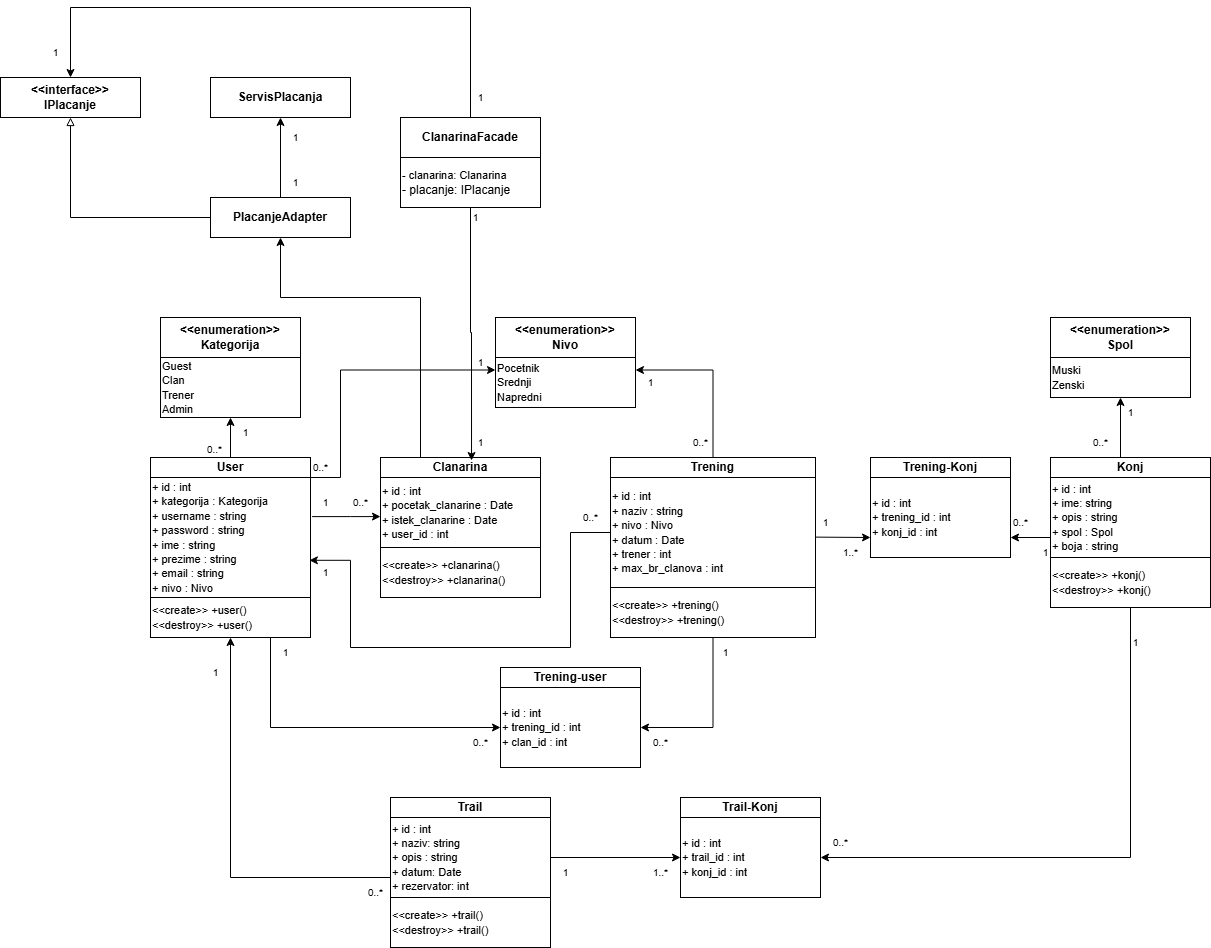
This is Dokumentacija/Dijagram klasa + Strukturalni paterni.png from ooad-2024-2025/Grupa4-Tim1, a draw.io export, as it was before one commit. Source tidied: cells renumbered, new cells last; positions are measured from the earlier drawing's top-left corner, leaving out a move shared by most shapes.
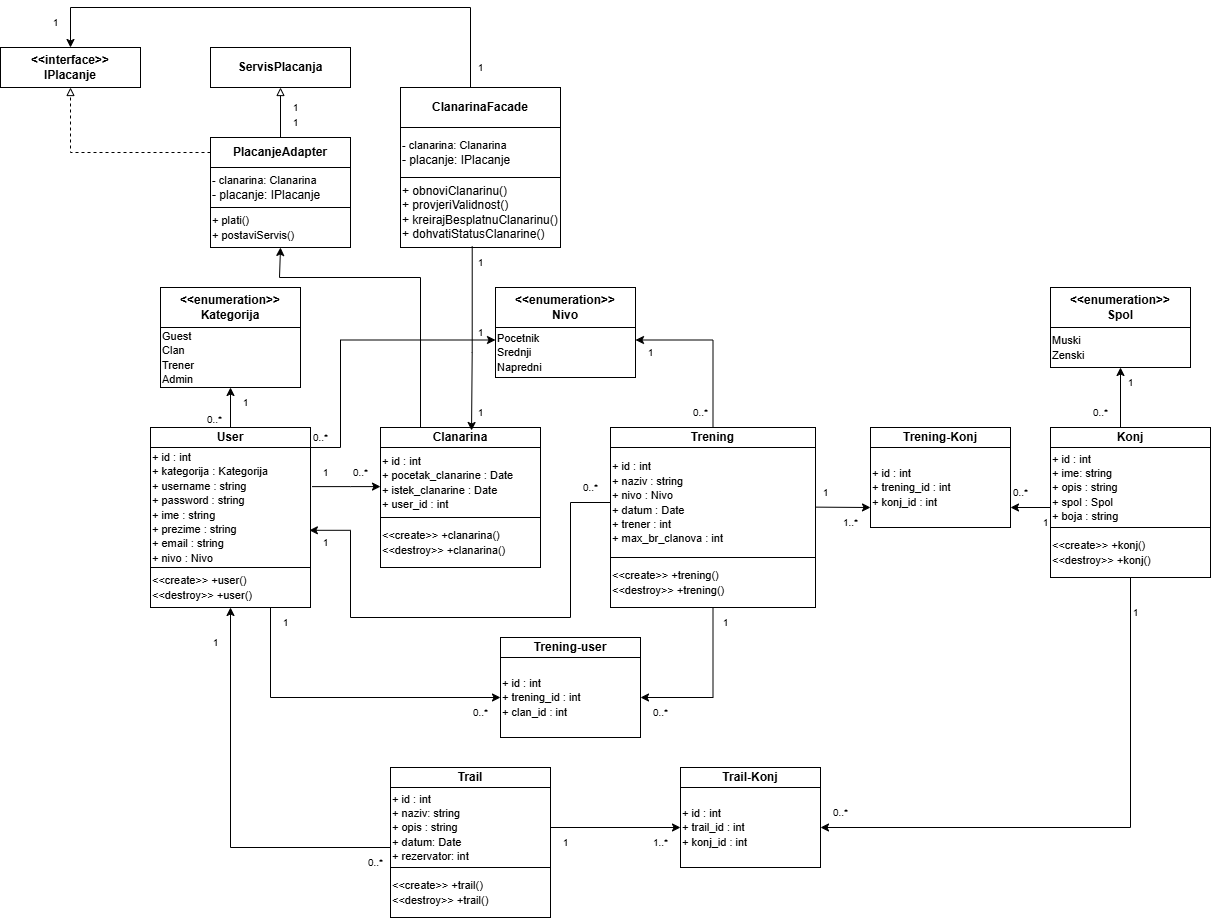
The same file after the commit.

The edit, as a diff of the source:
```diff
@@ -28,11 +28,12 @@
     <mxCell id="8" style="endArrow=classic;html=1;rounded=0;exitX=0.5;exitY=0;exitDx=0;exitDy=0;entryX=0.5;entryY=1;entryDx=0;entryDy=0;" parent="1" edge="1" source="2" target="7">
       <mxGeometry relative="1" as="geometry" />
     </mxCell>
-    <mxCell id="9" style="edgeStyle=orthogonalEdgeStyle;rounded=0;jettySize=auto;html=1;exitX=0.25;exitY=0;exitDx=0;exitDy=0;entryX=0.5;entryY=1;entryDx=0;entryDy=0;" parent="1" edge="1" source="10" target="73">
+    <mxCell id="9" style="edgeStyle=orthogonalEdgeStyle;rounded=0;jettySize=auto;html=1;exitX=0.25;exitY=0;exitDx=0;exitDy=0;entryX=0.5;entryY=1;entryDx=0;entryDy=0;" parent="1" edge="1" source="10" target="86">
       <mxGeometry relative="1" as="geometry">
         <Array as="points">
-          <mxPoint x="420" y="290" />
-          <mxPoint x="280" y="290" />
+          <mxPoint x="420" y="300" />
+          <mxPoint x="279" y="300" />
+          <mxPoint x="279" y="270" />
         </Array>
       </mxGeometry>
     </mxCell>
@@ -237,34 +238,35 @@
     <mxCell id="70" value="&lt;b&gt;ServisPlacanja&lt;/b&gt;" style="rounded=0;whiteSpace=wrap;html=1;fillColor=none;" parent="1" vertex="1">
       <mxGeometry x="210" y="70" width="140" height="40" as="geometry" />
     </mxCell>
-    <mxCell id="71" style="edgeStyle=orthogonalEdgeStyle;rounded=0;jettySize=auto;html=1;exitX=0;exitY=0.5;exitDx=0;exitDy=0;entryX=0.5;entryY=1;entryDx=0;entryDy=0;endArrow=block;endFill=0;" parent="1" edge="1" source="73" target="69">
+    <mxCell id="71" style="edgeStyle=orthogonalEdgeStyle;rounded=0;jettySize=auto;html=1;exitX=0;exitY=0.5;exitDx=0;exitDy=0;entryX=0.5;entryY=1;entryDx=0;entryDy=0;endArrow=block;endFill=0;dashed=1;" parent="1" edge="1" source="73" target="69">
       <mxGeometry relative="1" as="geometry" />
     </mxCell>
-    <mxCell id="72" style="edgeStyle=orthogonalEdgeStyle;rounded=0;jettySize=auto;html=1;exitX=0.5;exitY=0;exitDx=0;exitDy=0;entryX=0.5;entryY=1;entryDx=0;entryDy=0;" parent="1" edge="1" source="73" target="70">
+    <mxCell id="72" style="edgeStyle=orthogonalEdgeStyle;rounded=0;jettySize=auto;html=1;exitX=0.5;exitY=0;exitDx=0;exitDy=0;entryX=0.5;entryY=1;entryDx=0;entryDy=0;endArrow=block;endFill=0;" parent="1" edge="1" source="73" target="70">
       <mxGeometry relative="1" as="geometry" />
     </mxCell>
     <mxCell id="73" value="&lt;b&gt;PlacanjeAdapter&lt;/b&gt;" style="rounded=0;whiteSpace=wrap;html=1;fillColor=none;" parent="1" vertex="1">
-      <mxGeometry x="210" y="190" width="140" height="40" as="geometry" />
+      <mxGeometry x="210" y="160" width="140" height="30" as="geometry" />
     </mxCell>
     <mxCell id="74" style="edgeStyle=orthogonalEdgeStyle;rounded=0;jettySize=auto;html=1;exitX=0.5;exitY=0;exitDx=0;exitDy=0;entryX=0.5;entryY=0;entryDx=0;entryDy=0;" parent="1" edge="1" source="75" target="69">
       <mxGeometry relative="1" as="geometry">
         <Array as="points">
-          <mxPoint x="470" />
-          <mxPoint x="70" />
+          <mxPoint x="470" y="110" />
+          <mxPoint x="470" y="30" />
+          <mxPoint x="70" y="30" />
         </Array>
       </mxGeometry>
     </mxCell>
     <mxCell id="75" value="&lt;b&gt;ClanarinaFacade&lt;/b&gt;" style="rounded=0;whiteSpace=wrap;html=1;fillColor=none;" parent="1" vertex="1">
-      <mxGeometry x="400" y="110" width="140" height="40" as="geometry" />
+      <mxGeometry x="400" y="110" width="160" height="40" as="geometry" />
     </mxCell>
     <mxCell id="76" value="&lt;span style=&quot;font-size: 11px;&quot;&gt;- clanarina: Clanarina&lt;span style=&quot;white-space: pre;&quot;&gt;&#9;&lt;/span&gt;&lt;/span&gt;&lt;div&gt;- placanje: IPlacanje&lt;/div&gt;" style="rounded=0;whiteSpace=wrap;html=1;fillColor=none;align=left;" parent="1" vertex="1">
-      <mxGeometry x="400" y="150" width="140" height="50" as="geometry" />
+      <mxGeometry x="400" y="150" width="160" height="50" as="geometry" />
     </mxCell>
-    <mxCell id="77" style="edgeStyle=orthogonalEdgeStyle;rounded=0;jettySize=auto;html=1;exitX=0.5;exitY=1;exitDx=0;exitDy=0;entryX=0.569;entryY=0.15;entryDx=0;entryDy=0;entryPerimeter=0;" parent="1" edge="1" source="76" target="10">
+    <mxCell id="77" style="edgeStyle=orthogonalEdgeStyle;rounded=0;jettySize=auto;html=1;exitX=0.224;exitY=-0.036;exitDx=0;exitDy=0;entryX=0.569;entryY=0.15;entryDx=0;entryDy=0;entryPerimeter=0;exitPerimeter=0;" parent="1" edge="1" source="78" target="10">
       <mxGeometry relative="1" as="geometry" />
     </mxCell>
     <mxCell id="78" value="1" style="text;html=1;align=center;verticalAlign=middle;points=[];strokeColor=none;fillColor=none;fontSize=10;" parent="1" vertex="1">
-      <mxGeometry x="460" y="195" width="30" height="30" as="geometry" />
+      <mxGeometry x="465" y="270" width="30" height="30" as="geometry" />
     </mxCell>
     <mxCell id="79" value="1" style="text;html=1;align=center;verticalAlign=middle;strokeColor=none;fillColor=none;fontSize=10;" parent="1" vertex="1">
       <mxGeometry x="465" y="420" width="30" height="30" as="geometry" />
@@ -279,7 +281,16 @@
       <mxGeometry x="280" y="115" width="30" height="30" as="geometry" />
     </mxCell>
     <mxCell id="83" value="1" style="text;html=1;align=center;verticalAlign=middle;strokeColor=none;fillColor=none;fontSize=10;" parent="1" vertex="1">
-      <mxGeometry x="280" y="160" width="30" height="30" as="geometry" />
+      <mxGeometry x="280" y="130" width="30" height="30" as="geometry" />
     </mxCell>
+    <mxCell id="84" value="&lt;span style=&quot;font-size: 11px;&quot;&gt;- clanarina: Clanarina&lt;span style=&quot;white-space: pre;&quot;&gt;&#9;&lt;/span&gt;&lt;/span&gt;&lt;div&gt;- placanje: IPlacanje&lt;/div&gt;" style="rounded=0;whiteSpace=wrap;html=1;fillColor=none;align=left;" parent="1" vertex="1">
+      <mxGeometry x="210" y="190" width="140" height="40" as="geometry" />
+    </mxCell>
+    <mxCell id="85" value="+ obnoviClanarinu()&lt;div&gt;+ provjeriValidnost()&lt;/div&gt;&lt;div&gt;+ kreirajBesplatnuClanarinu()&lt;/div&gt;&lt;div&gt;+ dohvatiStatusClanarine()&lt;/div&gt;" style="rounded=0;whiteSpace=wrap;html=1;fillColor=none;align=left;" parent="1" vertex="1">
+      <mxGeometry x="400" y="200" width="160" height="70" as="geometry" />
+    </mxCell>
+    <mxCell id="86" value="&lt;span style=&quot;font-size: 11px;&quot;&gt;+ plati()&lt;/span&gt;&lt;div&gt;&lt;span style=&quot;font-size: 11px;&quot;&gt;+ postaviServis()&lt;/span&gt;&lt;/div&gt;" style="rounded=0;whiteSpace=wrap;html=1;fillColor=none;align=left;" parent="1" vertex="1">
+      <mxGeometry x="210" y="230" width="140" height="40" as="geometry" />
+    </mxCell>
   </root>
 </mxGraphModel>
```
